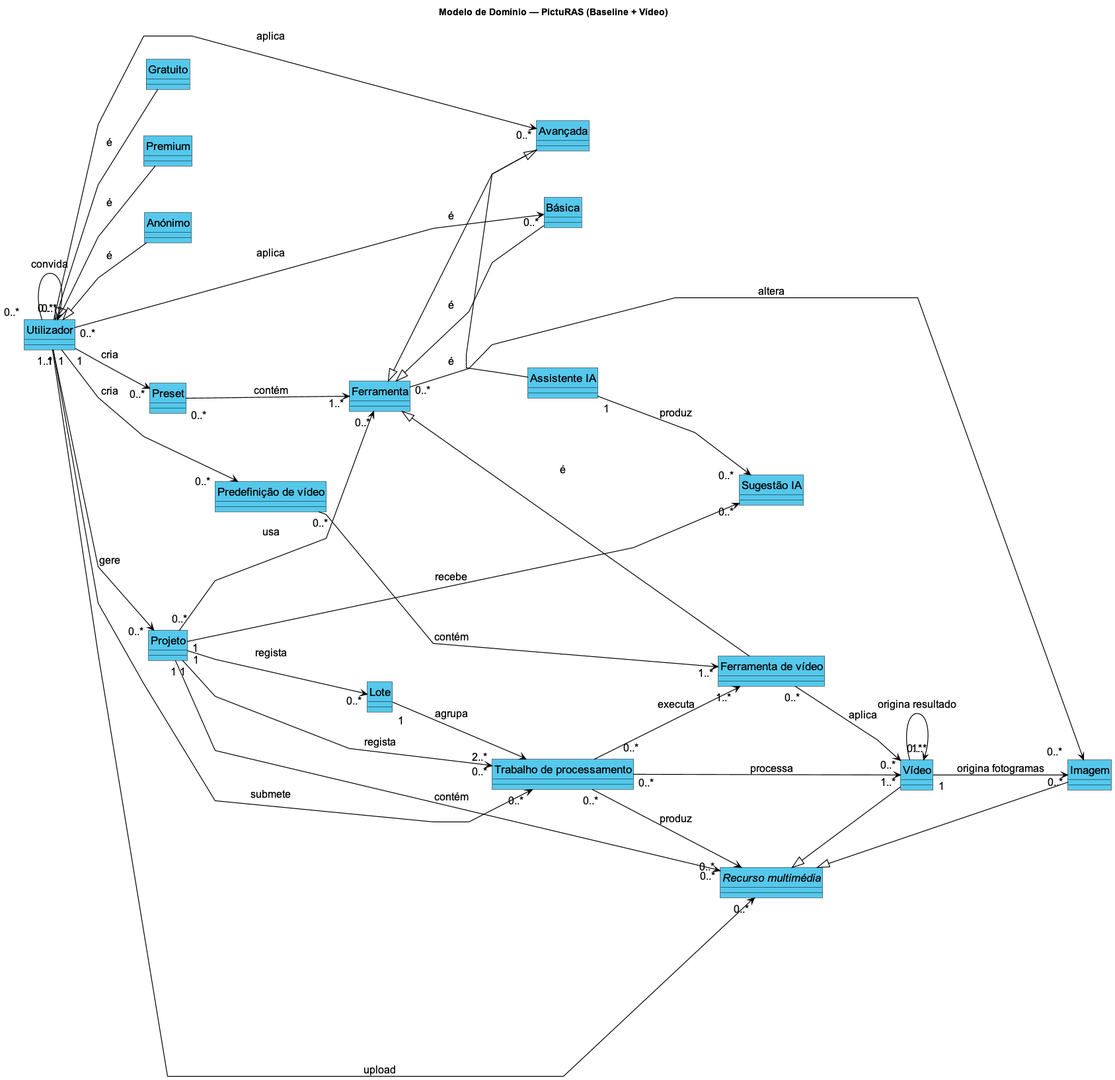
Earlier version of the PlantUML export docs/diagrams/modelo_dominio.png (luis444coelho/picturas-27-extension). Its source is kept beside it as docs/diagrams/modelo_dominio.puml.
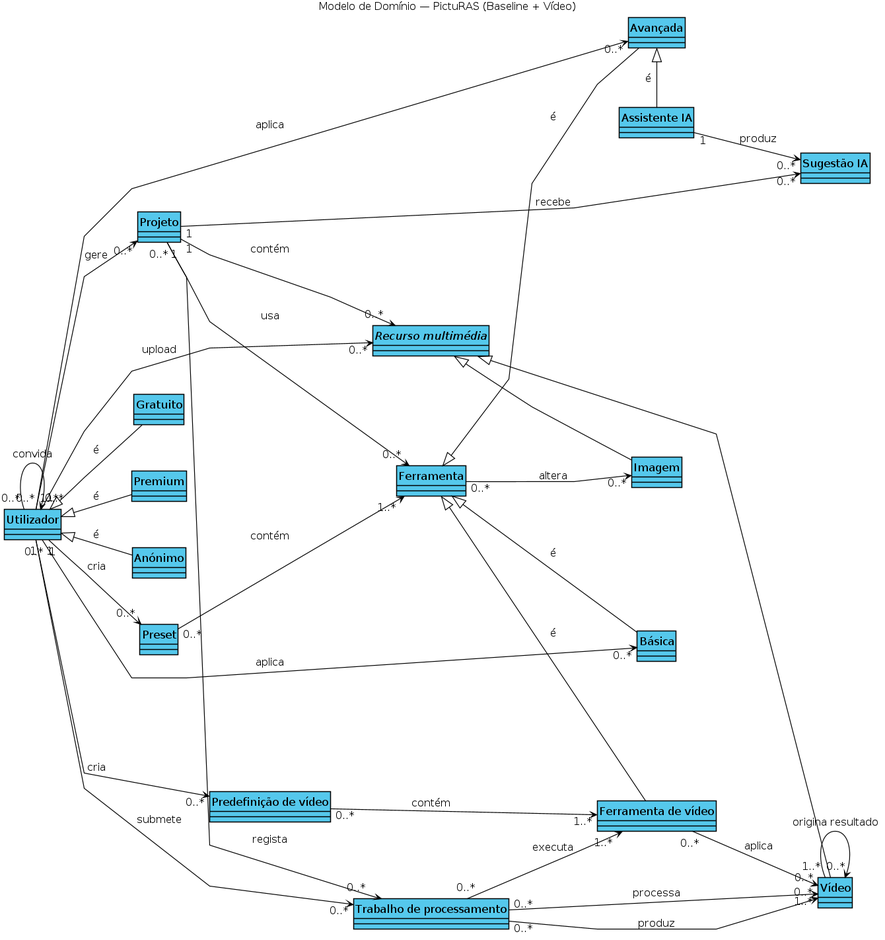
Above is the later version.

Diff of the diagram source:
```diff
@@ -35,7 +35,6 @@
 class "Imagem" as Imagem
 class "Vídeo" as Video
 class "Ferramenta de vídeo" as FerramentaVideo
-class "Lote" as Lote
 class "Predefinição de vídeo" as PredefinicaoVideo
 
 Gratuito -up-|> Utilizador : é
@@ -61,15 +60,12 @@
 
 FerramentaVideo -up-|> Ferramenta : é
 FerramentaVideo "0..*" --> "0..*" Video : aplica
-Video "1" --> "0..*" Imagem : origina fotogramas
 Video "1..*" --> "0..*" Video : origina resultado
 Projeto "1" --> "0..*" Trabalho : regista
 Utilizador "1" --> "0..*" Trabalho : submete
 Trabalho "0..*" --> "1..*" Video : processa
-Trabalho "0..*" --> "0..*" Recurso : produz
+Trabalho "0..*" --> "0..*" Video : produz
 Trabalho "0..*" --> "1..*" FerramentaVideo : executa
-Projeto "1" --> "0..*" Lote : regista
-Lote "1" --> "2..*" Trabalho : agrupa
 Utilizador "1" --> "0..*" PredefinicaoVideo : cria
 PredefinicaoVideo "0..*" --> "1..*" FerramentaVideo : contém
 
```
